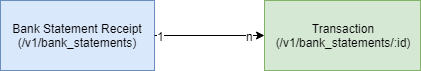
This is public/images/model.png from husky-misc/code-challenge, a draw.io export, as it was before one commit. Source tidied: cells renumbered, new cells last; positions are measured from the earlier drawing's top-left corner, leaving out a move shared by most shapes.
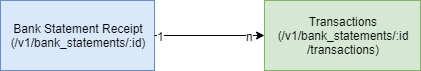
After the change.

The edit, as a diff of the source:
```diff
@@ -2,7 +2,7 @@
   <root>
     <mxCell id="0" />
     <mxCell id="1" parent="0" />
-    <mxCell id="2" value="Bank Statement Receipt&lt;br&gt;(/v1/bank_statements)" style="rounded=0;whiteSpace=wrap;html=1;fillColor=#dae8fc;strokeColor=#6c8ebf;" parent="1" vertex="1">
+    <mxCell id="2" value="Bank Statement Receipt&lt;br&gt;(/v1/bank_statements/:id)" style="rounded=0;whiteSpace=wrap;html=1;fillColor=#dae8fc;strokeColor=#6c8ebf;" parent="1" vertex="1">
       <mxGeometry width="154" height="70" as="geometry" />
     </mxCell>
     <mxCell id="3" style="endArrow=classic;html=1;exitX=1;exitY=0.5;exitDx=0;exitDy=0;entryX=0;entryY=0.5;entryDx=0;entryDy=0;" parent="1" edge="1" source="2" target="6">
@@ -18,7 +18,7 @@
         <mxPoint x="5" y="1" as="offset" />
       </mxGeometry>
     </mxCell>
-    <mxCell id="6" value="Transaction&lt;br&gt;(/v1/bank_statements/:id)" style="rounded=0;whiteSpace=wrap;html=1;fillColor=#d5e8d4;strokeColor=#82b366;" parent="1" vertex="1">
+    <mxCell id="6" value="Transactions&lt;br&gt;(/v1/bank_statements/:id&lt;br&gt;/transactions)" style="rounded=0;whiteSpace=wrap;html=1;fillColor=#d5e8d4;strokeColor=#82b366;" parent="1" vertex="1">
       <mxGeometry x="264" width="156" height="70" as="geometry" />
     </mxCell>
   </root>
```
